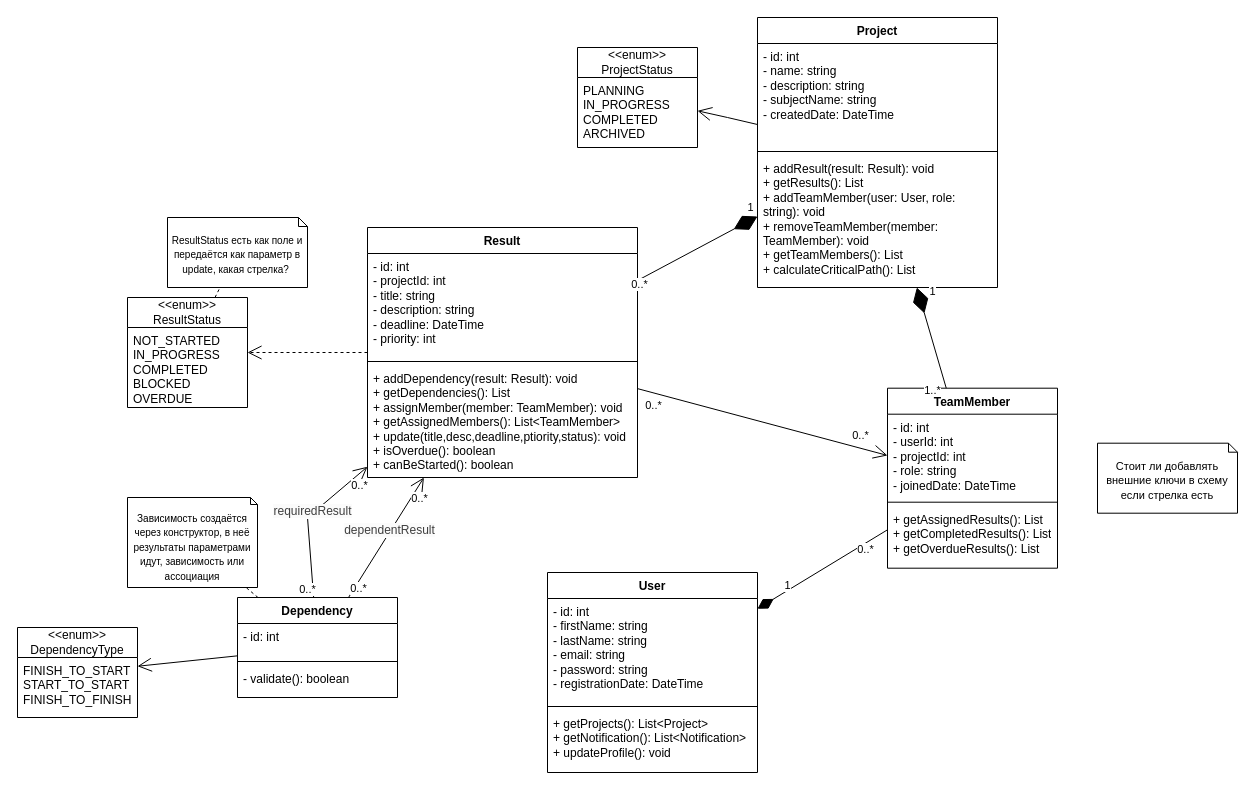
Earlier version of the draw.io diagram diagrams/class-diagramm.drawio (Educational-Projects-Se2my00of5/osnovyprymoyrazrabotki). Source tidied: cells renumbered, new cells numbered last; positions are measured from the earlier drawing's top-left corner, leaving out a move shared by most shapes. Both pictures are drawn from the tidied source at 100%, with x=0, y=0 at pixel (17, 17).
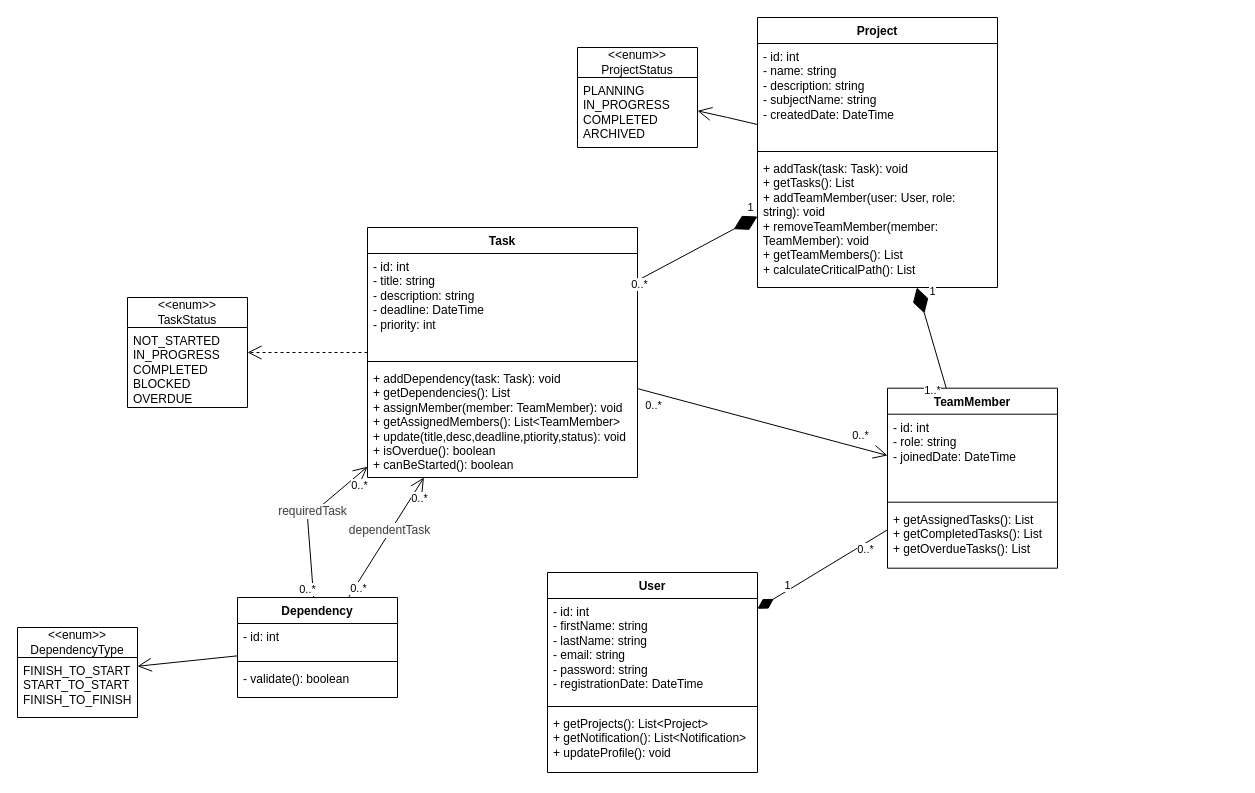
After the change.

Unchanged cells that the change refers to:
```xml
<mxCell id="2" value="Project" style="swimlane;fontStyle=1;align=center;verticalAlign=top;horizontal=1;startSize=26;whiteSpace=wrap;html=1;" parent="1" vertex="1">
  <mxGeometry x="740" width="240" height="270" as="geometry" />
</mxCell>
<mxCell id="16" value="Dependency" style="swimlane;fontStyle=1;align=center;verticalAlign=top;horizontal=1;startSize=26;whiteSpace=wrap;html=1;" parent="1" vertex="1">
  <mxGeometry x="220" y="580" width="160" height="100" as="geometry" />
</mxCell>
<mxCell id="20" value="TeamMember" style="swimlane;fontStyle=1;align=center;verticalAlign=top;horizontal=1;startSize=26;whiteSpace=wrap;html=1;" parent="1" vertex="1">
  <mxGeometry x="870" y="370.7" width="170" height="180" as="geometry" />
</mxCell>
<mxCell id="43" style="endArrow=open;endFill=1;endSize=12;html=1;" parent="1" edge="1" target="6">
  <mxGeometry relative="1" as="geometry">
    <mxPoint x="331" y="580" as="sourcePoint" />
  </mxGeometry>
</mxCell>
<mxCell id="47" style="endArrow=open;endFill=1;endSize=12;html=1;rounded=0;curved=0;" parent="1" edge="1" source="16" target="6">
  <mxGeometry relative="1" as="geometry">
    <Array as="points">
      <mxPoint x="290" y="500" />
    </Array>
  </mxGeometry>
</mxCell>
```

Diff of the diagram source:
```diff
@@
-    <mxCell id="5" value="+ addResult(result: Result): void&lt;br&gt;+ getResults(): List&lt;br&gt;+ addTeamMember(user: User, role: string): void&lt;br&gt;+ removeTeamMember(member: TeamMember): void&lt;br&gt;+ getTeamMembers(): List&lt;br&gt;+ calculateCriticalPath(): List" style="text;strokeColor=none;fillColor=none;align=left;verticalAlign=top;spacingLeft=4;spacingRight=4;overflow=hidden;whiteSpace=wrap;html=1;" parent="2" vertex="1">
+    <mxCell id="5" value="+ addTask(task: Task): void&lt;br&gt;+ getTasks(): List&lt;br&gt;+ addTeamMember(user: User, role: string): void&lt;br&gt;+ removeTeamMember(member: TeamMember): void&lt;br&gt;+ getTeamMembers(): List&lt;br&gt;+ calculateCriticalPath(): List" style="text;strokeColor=none;fillColor=none;align=left;verticalAlign=top;spacingLeft=4;spacingRight=4;overflow=hidden;whiteSpace=wrap;html=1;" parent="2" vertex="1">
       <mxGeometry y="138" width="240" height="132" as="geometry" />
     </mxCell>
-    <mxCell id="6" value="Result" style="swimlane;fontStyle=1;align=center;verticalAlign=top;horizontal=1;startSize=26;whiteSpace=wrap;html=1;" parent="1" vertex="1">
+    <mxCell id="6" value="Task" style="swimlane;fontStyle=1;align=center;verticalAlign=top;horizontal=1;startSize=26;whiteSpace=wrap;html=1;" parent="1" vertex="1">
       <mxGeometry x="350" y="210" width="270" height="250" as="geometry" />
     </mxCell>
-    <mxCell id="7" value="- id: int&lt;div&gt;&lt;font color=&quot;#000000&quot;&gt;- projectId: int&lt;br&gt;&lt;/font&gt;- title: string&lt;br&gt;- description: string&lt;br&gt;- deadline: DateTime&lt;br&gt;- priority: int&lt;/div&gt;" style="text;strokeColor=none;fillColor=none;align=left;verticalAlign=top;spacingLeft=4;spacingRight=4;overflow=hidden;whiteSpace=wrap;html=1;" parent="6" vertex="1">
+    <mxCell id="7" value="- id: int&lt;div&gt;- title: string&lt;br&gt;- description: string&lt;br&gt;- deadline: DateTime&lt;br&gt;- priority: int&lt;/div&gt;" style="text;strokeColor=none;fillColor=none;align=left;verticalAlign=top;spacingLeft=4;spacingRight=4;overflow=hidden;whiteSpace=wrap;html=1;" parent="6" vertex="1">
       <mxGeometry y="26" width="270" height="104" as="geometry" />
     </mxCell>
@@
-    <mxCell id="9" value="+ addDependency(result: Result): void&lt;br&gt;+ getDependencies(): List&lt;br&gt;+ assignMember(member: TeamMember): void&lt;br&gt;+ getAssignedMembers(): List&amp;lt;&lt;span style=&quot;color: rgb(0, 0, 0);&quot;&gt;TeamMember&lt;/span&gt;&amp;gt;&lt;br&gt;+ update(title,desc,deadline,ptiority,status): void&lt;br&gt;+ isOverdue(): boolean&lt;br&gt;+ canBeStarted(): boolean" style="text;strokeColor=none;fillColor=none;align=left;verticalAlign=top;spacingLeft=4;spacingRight=4;overflow=hidden;whiteSpace=wrap;html=1;" parent="6" vertex="1">
+    <mxCell id="9" value="+ addDependency(task: Task): void&lt;br&gt;+ getDependencies(): List&lt;br&gt;+ assignMember(member: TeamMember): void&lt;br&gt;+ getAssignedMembers(): List&amp;lt;&lt;span style=&quot;color: rgb(0, 0, 0);&quot;&gt;TeamMember&lt;/span&gt;&amp;gt;&lt;br&gt;+ update(title,desc,deadline,ptiority,status): void&lt;br&gt;+ isOverdue(): boolean&lt;br&gt;+ canBeStarted(): boolean" style="text;strokeColor=none;fillColor=none;align=left;verticalAlign=top;spacingLeft=4;spacingRight=4;overflow=hidden;whiteSpace=wrap;html=1;" parent="6" vertex="1">
       <mxGeometry y="138" width="270" height="112" as="geometry" />
     </mxCell>
@@
-    <mxCell id="12" value="&amp;lt;&amp;lt;enum&amp;gt;&amp;gt;&lt;br&gt;ResultStatus" style="swimlane;fontStyle=0;horizontal=1;startSize=30;fillColor=none;whiteSpace=wrap;html=1;" parent="1" vertex="1">
+    <mxCell id="12" value="&amp;lt;&amp;lt;enum&amp;gt;&amp;gt;&lt;br&gt;TaskStatus" style="swimlane;fontStyle=0;horizontal=1;startSize=30;fillColor=none;whiteSpace=wrap;html=1;" parent="1" vertex="1">
       <mxGeometry x="110" y="280" width="120" height="110" as="geometry" />
     </mxCell>
@@
-    <mxCell id="21" value="- id: int&lt;br&gt;- userId: int&lt;br&gt;&lt;div&gt;- projectId: int&lt;/div&gt;- role: string&lt;div&gt;- joinedDate: DateTime&lt;/div&gt;" style="text;strokeColor=none;fillColor=none;align=left;verticalAlign=top;spacingLeft=4;spacingRight=4;overflow=hidden;whiteSpace=wrap;html=1;" parent="20" vertex="1">
+    <mxCell id="21" value="- id: int&lt;br&gt;- role: string&lt;div&gt;- joinedDate: DateTime&lt;/div&gt;" style="text;strokeColor=none;fillColor=none;align=left;verticalAlign=top;spacingLeft=4;spacingRight=4;overflow=hidden;whiteSpace=wrap;html=1;" parent="20" vertex="1">
       <mxGeometry y="26" width="170" height="84" as="geometry" />
     </mxCell>
@@
-    <mxCell id="23" value="&lt;div&gt;+ getAssignedResults(): List&lt;br&gt;+ getCompletedResults(): List&lt;br&gt;+ getOverdueResults(): List&lt;/div&gt;" style="text;strokeColor=none;fillColor=none;align=left;verticalAlign=top;spacingLeft=4;spacingRight=4;overflow=hidden;whiteSpace=wrap;html=1;" parent="20" vertex="1">
+    <mxCell id="23" value="&lt;div&gt;+ getAssignedTasks(): List&lt;br&gt;+ getCompletedTasks(): List&lt;br&gt;+ getOverdueTasks(): List&lt;/div&gt;" style="text;strokeColor=none;fillColor=none;align=left;verticalAlign=top;spacingLeft=4;spacingRight=4;overflow=hidden;whiteSpace=wrap;html=1;" parent="20" vertex="1">
       <mxGeometry y="118" width="170" height="62" as="geometry" />
     </mxCell>
@@
-    <mxCell id="46" value="&lt;span style=&quot;color: rgb(63, 63, 63); font-size: 12px; text-align: left; text-wrap-mode: wrap; background-color: rgb(251, 251, 251);&quot;&gt;dependentResult&lt;/span&gt;" style="edgeLabel;html=1;align=center;verticalAlign=middle;" parent="43" vertex="1">
+    <mxCell id="46" value="&lt;span style=&quot;color: rgb(63, 63, 63); font-size: 12px; text-align: left; text-wrap-mode: wrap; background-color: rgb(251, 251, 251);&quot;&gt;dependentTask&lt;/span&gt;" style="edgeLabel;html=1;align=center;verticalAlign=middle;" parent="43" vertex="1">
       <mxGeometry x="0.11" y="2" relative="1" as="geometry" />
     </mxCell>
@@
-    <mxCell id="50" value="&lt;span style=&quot;color: rgb(63, 63, 63); font-size: 12px; text-align: left; text-wrap-mode: wrap; background-color: rgb(251, 251, 251);&quot;&gt;requiredResult&lt;/span&gt;" style="edgeLabel;html=1;align=center;verticalAlign=middle;" parent="47" vertex="1">
+    <mxCell id="50" value="&lt;span style=&quot;color: rgb(63, 63, 63); font-size: 12px; text-align: left; text-wrap-mode: wrap; background-color: rgb(251, 251, 251);&quot;&gt;requiredTask&lt;/span&gt;" style="edgeLabel;html=1;align=center;verticalAlign=middle;" parent="47" vertex="1">
       <mxGeometry x="0.11" y="2" relative="1" as="geometry" />
     </mxCell>
-    <mxCell id="51" value="&lt;font style=&quot;font-size: 10px;&quot;&gt;ResultStatus есть как поле и передаётся как параметр в update, какая стрелка?&amp;nbsp;&lt;/font&gt;" style="shape=note2;boundedLbl=1;whiteSpace=wrap;html=1;size=9;verticalAlign=top;align=center;" parent="1" vertex="1">
-      <mxGeometry x="150" y="200" width="140" height="70" as="geometry" />
-    </mxCell>
-    <mxCell id="52" style="endArrow=none;dashed=1;html=1;" parent="1" edge="1" source="12" target="51">
-      <mxGeometry relative="1" as="geometry" />
-    </mxCell>
-    <mxCell id="53" value="&lt;font style=&quot;font-size: 10px;&quot;&gt;Зависимость создаётся через конструктор, в неё результаты параметрами идут, зависимость или ассоциация&lt;/font&gt;" style="shape=note2;boundedLbl=1;whiteSpace=wrap;html=1;size=7;verticalAlign=top;align=center;" parent="1" vertex="1">
-      <mxGeometry x="110" y="480" width="130" height="90" as="geometry" />
-    </mxCell>
-    <mxCell id="54" style="endArrow=none;dashed=1;html=1;" parent="1" edge="1" source="16" target="53">
-      <mxGeometry relative="1" as="geometry" />
-    </mxCell>
-    <mxCell id="55" value="&lt;font style=&quot;font-size: 11px;&quot;&gt;Стоит ли добавлять внешние ключи в схему если стрелка есть&lt;/font&gt;" style="shape=note2;boundedLbl=1;whiteSpace=wrap;html=1;size=9;verticalAlign=top;align=center;" parent="1" vertex="1">
-      <mxGeometry x="1080" y="425.7" width="140" height="70" as="geometry" />
-    </mxCell>
```
